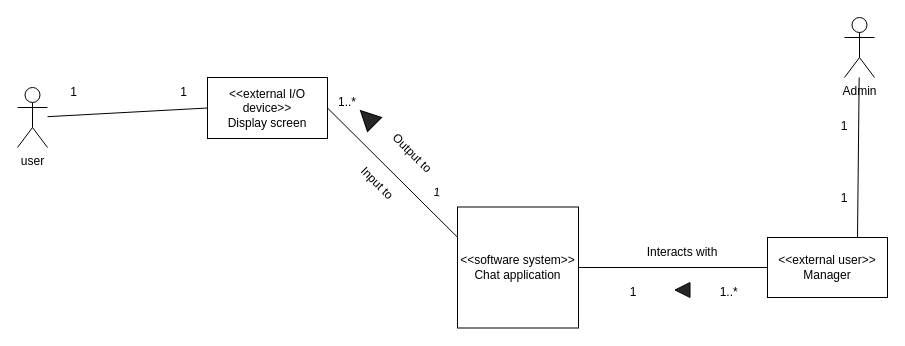
Above: docs/System Context Diagram/software-context-diagram.drawio in Carl-Johnsons/Chat-Application (draw.io), before the change. Source tidied: cells renumbered, new cells numbered last; positions are measured from the earlier drawing's top-left corner, leaving out a move shared by most shapes. Both pictures are drawn from the tidied source at 100%, with x=0, y=0 at pixel (17, 17).
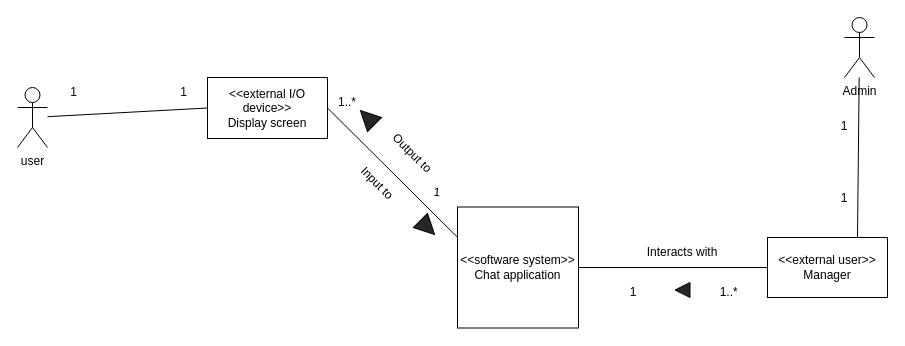
Above is the later version.

The edit, as a diff of the source:
```diff
@@
+    <mxCell id="21" style="triangle;whiteSpace=wrap;html=1;fillColor=#262626;direction=north;rotation=135;" parent="1" vertex="1">
+      <mxGeometry x="400" y="200" width="20" height="20" as="geometry" />
+    </mxCell>
```
